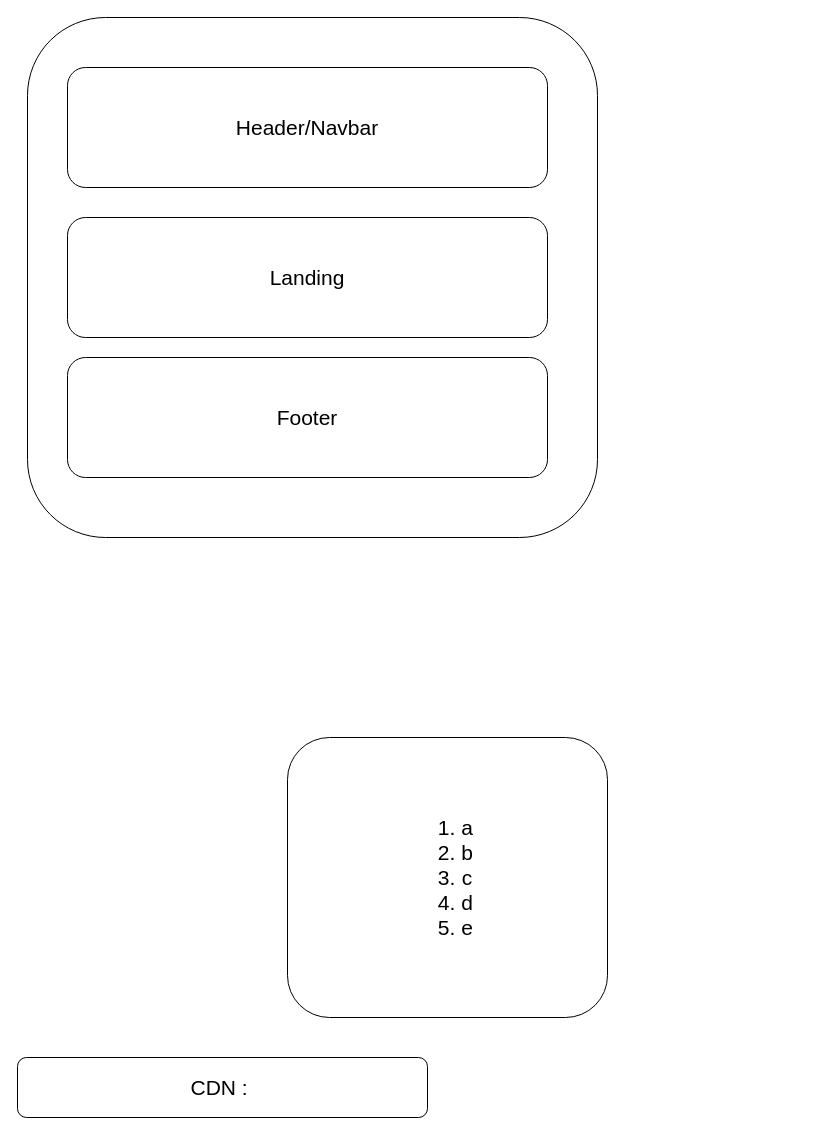
abhinandanchivate/khoct2 keeps this draw.io diagram as page "Page-7" (7 of 7) of Untitled Diagram.drawio. Above is the earlier version. Source tidied: cells renumbered, new cells numbered last; positions are measured from the earlier drawing's top-left corner, leaving out a move shared by most shapes. Both pictures are drawn from the tidied source at 100%, with x=0, y=0 at pixel (17, 17).
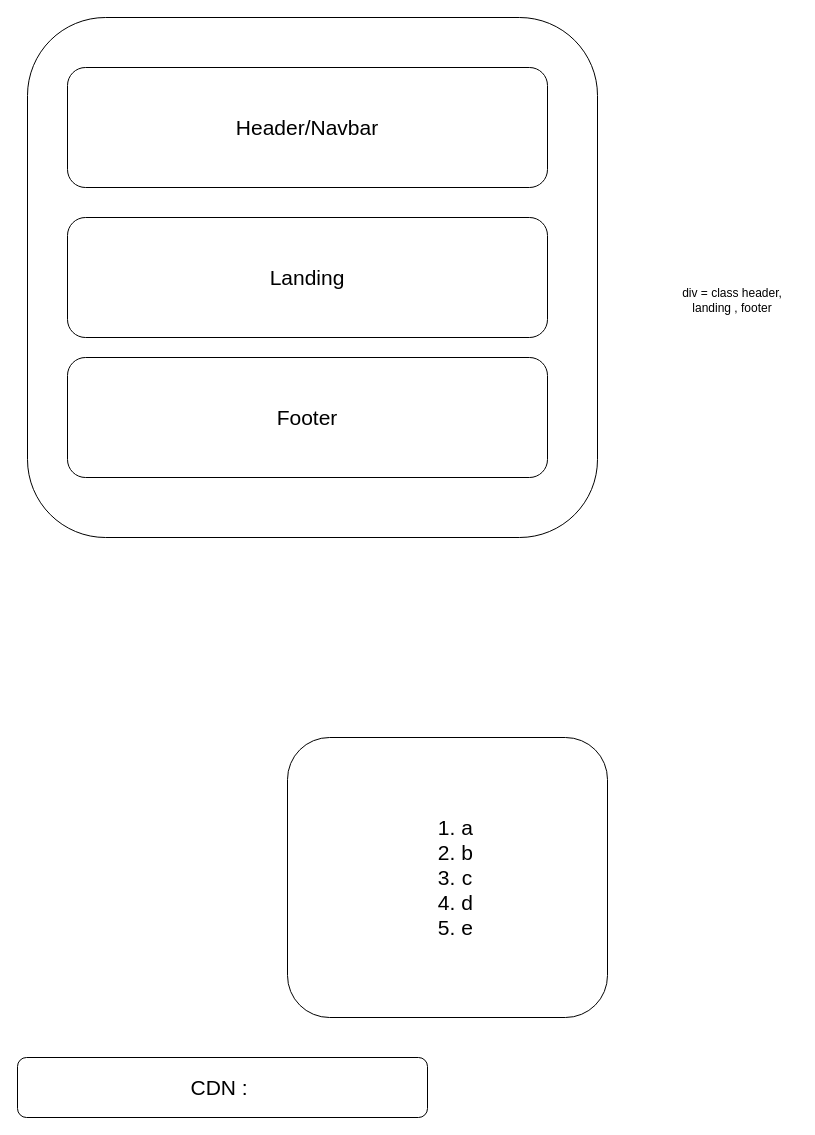
Above is the later version.

Change to the diagram source:
```diff
@@
 <mxGraphModel>
   <root>
     <mxCell id="0" />
     <mxCell id="1" parent="0" />
     <mxCell id="2" style="rounded=1;whiteSpace=wrap;html=1;fontSize=21;" parent="1" vertex="1">
       <mxGeometry x="10" width="570" height="520" as="geometry" />
     </mxCell>
     <mxCell id="3" value="Header/Navbar" style="rounded=1;whiteSpace=wrap;html=1;fontSize=21;" parent="1" vertex="1">
       <mxGeometry x="50" y="50" width="480" height="120" as="geometry" />
     </mxCell>
     <mxCell id="4" value="Landing" style="rounded=1;whiteSpace=wrap;html=1;fontSize=21;" parent="1" vertex="1">
       <mxGeometry x="50" y="200" width="480" height="120" as="geometry" />
     </mxCell>
     <mxCell id="5" value="Footer" style="rounded=1;whiteSpace=wrap;html=1;fontSize=21;" parent="1" vertex="1">
       <mxGeometry x="50" y="340" width="480" height="120" as="geometry" />
     </mxCell>
     <mxCell id="6" value="&lt;ol&gt;&lt;li&gt;a&lt;/li&gt;&lt;li&gt;b&lt;/li&gt;&lt;li&gt;c&lt;/li&gt;&lt;li&gt;d&lt;/li&gt;&lt;li&gt;e&lt;/li&gt;&lt;/ol&gt;" style="rounded=1;whiteSpace=wrap;html=1;fontSize=21;" parent="1" vertex="1">
       <mxGeometry x="270" y="720" width="320" height="280" as="geometry" />
     </mxCell>
     <mxCell id="7" value="CDN :&amp;nbsp;" style="rounded=1;whiteSpace=wrap;html=1;fontSize=21;" parent="1" vertex="1">
       <mxGeometry y="1040" width="410" height="60" as="geometry" />
     </mxCell>
+    <mxCell id="8" value="div = class header, landing , footer" style="text;html=1;strokeColor=none;fillColor=none;align=center;verticalAlign=middle;whiteSpace=wrap;rounded=0;" parent="1" vertex="1">
+      <mxGeometry x="650" y="245" width="130" height="75" as="geometry" />
+    </mxCell>
   </root>
 </mxGraphModel>
```
